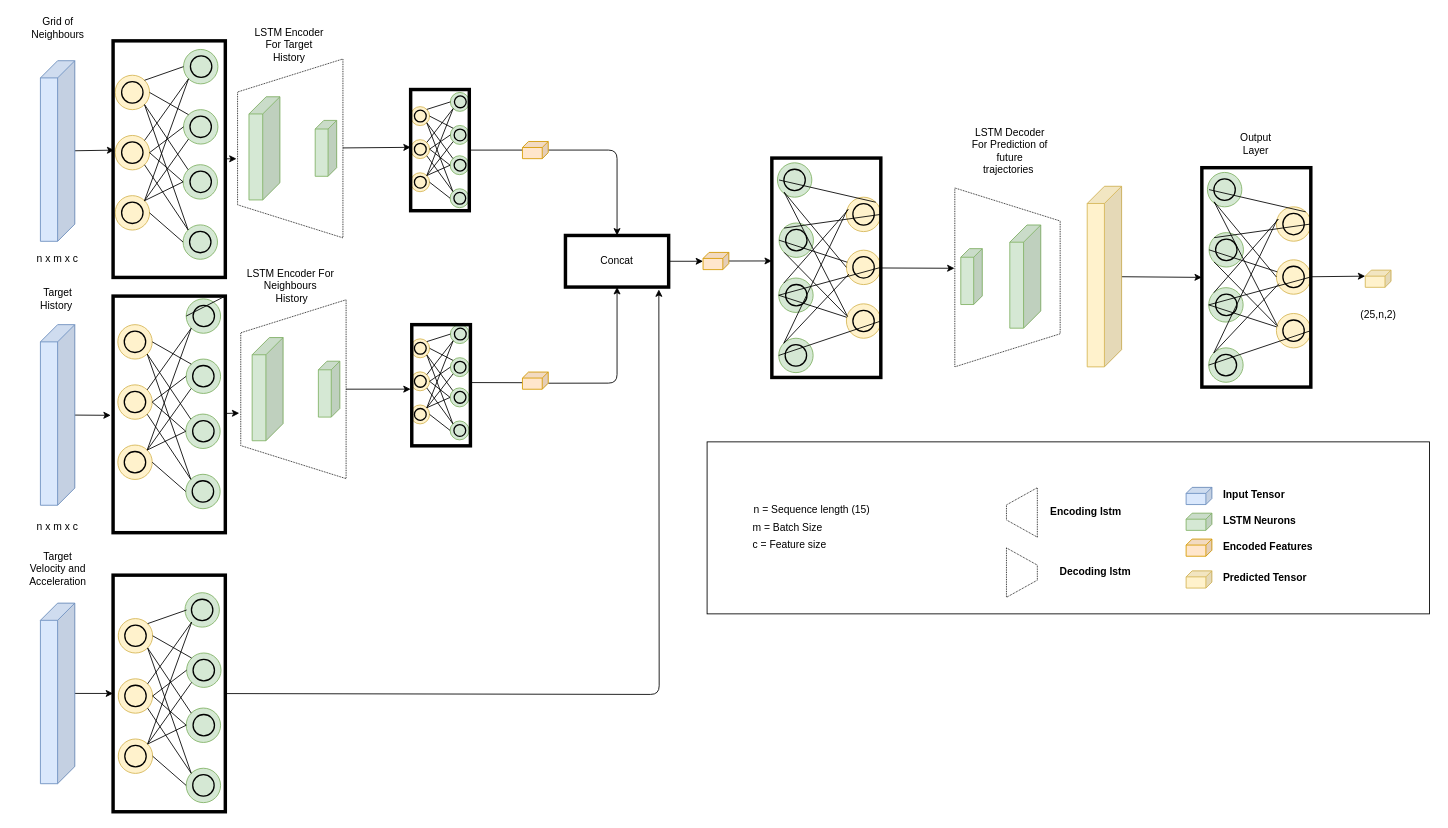
Before: Report/images/architecture.drawio in FERROX98/Multimedia-forensics-Vehicle-Trajectory-Forecasting, a draw.io diagram. Source tidied: cells renumbered, new cells numbered last; positions are measured from the earlier drawing's top-left corner, leaving out a move shared by most shapes. Both pictures are drawn from the tidied source at 86%, with x=0, y=0 at pixel (15, 15).
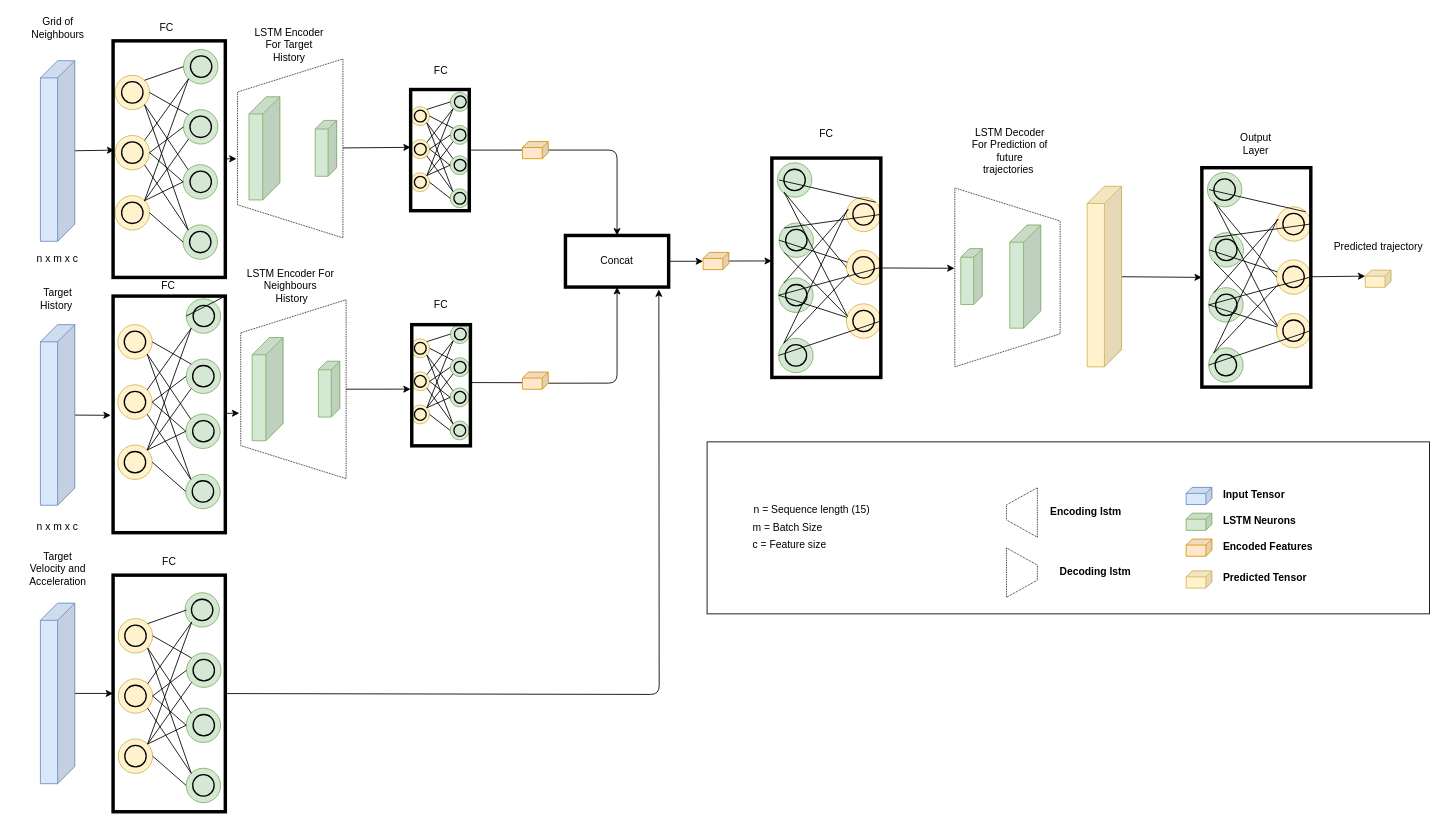
The same page after the edit.

Diff of the diagram source:
```diff
@@
-    <mxCell id="250" value="(25,n,2)" style="text;html=1;align=center;verticalAlign=middle;strokeColor=none;fillColor=none;" parent="1" vertex="1">
-      <mxGeometry x="1555" y="334.1" width="60" height="30" as="geometry" />
+    <mxCell id="250" value="Predicted trajectory" style="text;html=1;align=center;verticalAlign=middle;strokeColor=none;fillColor=none;" parent="1" vertex="1">
+      <mxGeometry x="1520" y="254.6" width="130" height="30" as="geometry" />
     </mxCell>
@@
+    <mxCell id="256" value="FC" style="text;html=1;align=center;verticalAlign=middle;strokeColor=none;fillColor=none;" parent="1" vertex="1">
+      <mxGeometry x="474.7" y="50" width="40" height="30" as="geometry" />
+    </mxCell>
+    <mxCell id="257" value="FC" style="text;html=1;align=center;verticalAlign=middle;strokeColor=none;fillColor=none;" parent="1" vertex="1">
+      <mxGeometry x="156.1" width="40" height="30" as="geometry" />
+    </mxCell>
+    <mxCell id="258" value="FC" style="text;html=1;align=center;verticalAlign=middle;strokeColor=none;fillColor=none;" parent="1" vertex="1">
+      <mxGeometry x="475.4" y="322" width="40" height="30" as="geometry" />
+    </mxCell>
+    <mxCell id="259" value="FC" style="text;html=1;align=center;verticalAlign=middle;strokeColor=none;fillColor=none;" parent="1" vertex="1">
+      <mxGeometry x="923.4" y="122.5" width="40" height="30" as="geometry" />
+    </mxCell>
+    <mxCell id="260" value="FC" style="text;html=1;align=center;verticalAlign=middle;strokeColor=none;fillColor=none;" parent="1" vertex="1">
+      <mxGeometry x="159" y="621.3" width="40" height="30" as="geometry" />
+    </mxCell>
+    <mxCell id="261" value="FC" style="text;html=1;align=center;verticalAlign=middle;strokeColor=none;fillColor=none;" parent="1" vertex="1">
+      <mxGeometry x="157.6" y="300" width="40" height="30" as="geometry" />
+    </mxCell>
```
